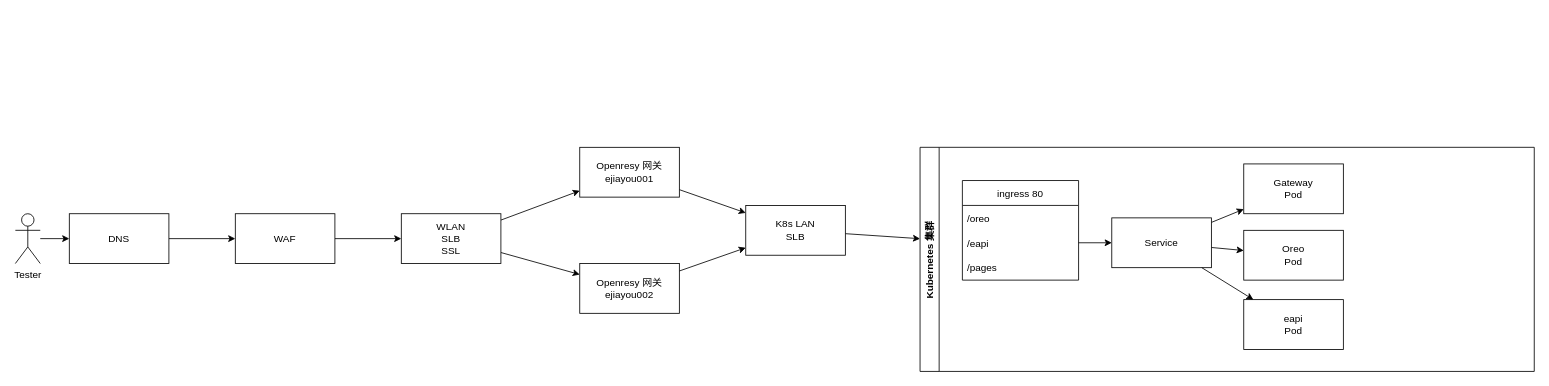
Before: page "第 2 页" (1 of 2) of attachment/test.drawio in freebook/Architect, a draw.io diagram. Source tidied: cells renumbered, new cells numbered last; positions are measured from the earlier drawing's top-left corner, leaving out a move shared by most shapes. Both pictures are drawn from the tidied source at 83%, with x=0, y=0 at pixel (15, 147).
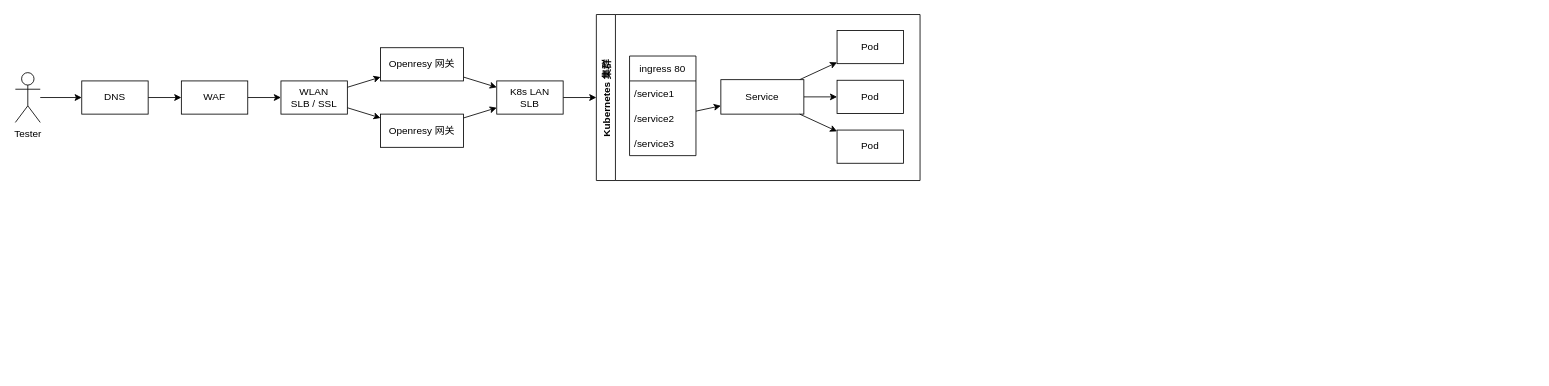
The same page after the edit.

The edit, as a diff of the source:
```diff
@@
     <mxCell id="2" value="Kubernetes 集群" style="swimlane;horizontal=0;" parent="1" vertex="1">
-      <mxGeometry x="1090" width="740" height="270" as="geometry" />
+      <mxGeometry x="700" y="-160" width="390" height="200" as="geometry" />
     </mxCell>
     <mxCell id="3" value="ingress 80" style="swimlane;fontStyle=0;horizontal=1;startSize=30;" parent="2" vertex="1">
-      <mxGeometry x="51" y="40" width="140" height="120" as="geometry" />
+      <mxGeometry x="40" y="50" width="80" height="120" as="geometry" />
     </mxCell>
-    <mxCell id="4" value="/oreo" style="text;strokeColor=none;fillColor=none;align=left;verticalAlign=middle;spacingLeft=4;spacingRight=4;overflow=hidden;" parent="3" vertex="1">
-      <mxGeometry y="30" width="140" height="30" as="geometry" />
+    <mxCell id="4" value="/service1" style="text;strokeColor=none;fillColor=none;align=left;verticalAlign=middle;spacingLeft=4;spacingRight=4;overflow=hidden;" parent="3" vertex="1">
+      <mxGeometry y="30" width="80" height="30" as="geometry" />
     </mxCell>
-    <mxCell id="5" value="/eapi" style="text;strokeColor=none;fillColor=none;align=left;verticalAlign=middle;spacingLeft=4;spacingRight=4;overflow=hidden;points=[[0,0.5],[1,0.5]];portConstraint=eastwest;" parent="3" vertex="1">
-      <mxGeometry y="60" width="140" height="30" as="geometry" />
+    <mxCell id="5" value="/service2" style="text;strokeColor=none;fillColor=none;align=left;verticalAlign=middle;spacingLeft=4;spacingRight=4;overflow=hidden;points=[[0,0.5],[1,0.5]];portConstraint=eastwest;" parent="3" vertex="1">
+      <mxGeometry y="60" width="80" height="30" as="geometry" />
     </mxCell>
-    <mxCell id="6" value="/pages" style="text;strokeColor=none;fillColor=none;align=left;verticalAlign=middle;spacingLeft=4;spacingRight=4;overflow=hidden;" parent="3" vertex="1">
-      <mxGeometry y="90" width="140" height="30" as="geometry" />
+    <mxCell id="6" value="/service3" style="text;strokeColor=none;fillColor=none;align=left;verticalAlign=middle;spacingLeft=4;spacingRight=4;overflow=hidden;" parent="3" vertex="1">
+      <mxGeometry y="90" width="80" height="30" as="geometry" />
     </mxCell>
@@
     <mxCell id="9" value="Service" style="rounded=0;whiteSpace=wrap;html=1;" parent="2" vertex="1">
-      <mxGeometry x="231" y="85" width="120" height="60" as="geometry" />
+      <mxGeometry x="150" y="78.5" width="100" height="41.5" as="geometry" />
     </mxCell>
@@
-    <mxCell id="11" value="Gateway&lt;br&gt;Pod" style="rounded=0;whiteSpace=wrap;html=1;" parent="2" vertex="1">
-      <mxGeometry x="390" y="20" width="120" height="60" as="geometry" />
+    <mxCell id="11" value="Pod" style="rounded=0;whiteSpace=wrap;html=1;" parent="2" vertex="1">
+      <mxGeometry x="290" y="19.2" width="80" height="40" as="geometry" />
     </mxCell>
-    <mxCell id="12" value="Oreo&lt;br&gt;Pod" style="rounded=0;whiteSpace=wrap;html=1;" parent="2" vertex="1">
-      <mxGeometry x="390" y="100" width="120" height="60" as="geometry" />
+    <mxCell id="12" value="Pod" style="rounded=0;whiteSpace=wrap;html=1;" parent="2" vertex="1">
+      <mxGeometry x="290" y="79.2" width="80" height="40" as="geometry" />
     </mxCell>
-    <mxCell id="13" value="eapi&lt;br&gt;Pod" style="rounded=0;whiteSpace=wrap;html=1;" parent="2" vertex="1">
-      <mxGeometry x="390" y="183.5" width="120" height="60" as="geometry" />
+    <mxCell id="13" value="Pod" style="rounded=0;whiteSpace=wrap;html=1;" parent="2" vertex="1">
+      <mxGeometry x="290" y="139.2" width="80" height="40" as="geometry" />
     </mxCell>
@@
     <mxCell id="16" value="Tester" style="shape=umlActor;verticalLabelPosition=bottom;verticalAlign=top;html=1;outlineConnect=0;" parent="1" vertex="1">
-      <mxGeometry y="80" width="30" height="60" as="geometry" />
+      <mxGeometry y="-90" width="30" height="60" as="geometry" />
     </mxCell>
@@
     <mxCell id="18" value="DNS" style="whiteSpace=wrap;html=1;verticalAlign=middle;" parent="1" vertex="1">
-      <mxGeometry x="65" y="80" width="120" height="60" as="geometry" />
+      <mxGeometry x="80" y="-80" width="80" height="40" as="geometry" />
     </mxCell>
@@
     <mxCell id="20" value="WAF" style="whiteSpace=wrap;html=1;verticalAlign=middle;" parent="1" vertex="1">
-      <mxGeometry x="265" y="80" width="120" height="60" as="geometry" />
+      <mxGeometry x="200" y="-80" width="80" height="40" as="geometry" />
     </mxCell>
@@
-    <mxCell id="23" value="WLAN&lt;br&gt;SLB&lt;br&gt;SSL" style="whiteSpace=wrap;html=1;verticalAlign=middle;" parent="1" vertex="1">
-      <mxGeometry x="465" y="80" width="120" height="60" as="geometry" />
+    <mxCell id="23" value="WLAN&lt;br&gt;SLB / SSL" style="whiteSpace=wrap;html=1;verticalAlign=middle;" parent="1" vertex="1">
+      <mxGeometry x="320" y="-80" width="80" height="40" as="geometry" />
     </mxCell>
@@
-    <mxCell id="25" value="Openresy 网关&lt;br&gt;ejiayou001" style="whiteSpace=wrap;html=1;verticalAlign=middle;" parent="1" vertex="1">
-      <mxGeometry x="680" width="120" height="60" as="geometry" />
+    <mxCell id="25" value="Openresy 网关" style="whiteSpace=wrap;html=1;verticalAlign=middle;" parent="1" vertex="1">
+      <mxGeometry x="440" y="-120" width="100" height="40" as="geometry" />
     </mxCell>
@@
-    <mxCell id="27" value="Openresy 网关&lt;br&gt;ejiayou002" style="whiteSpace=wrap;html=1;verticalAlign=middle;" parent="1" vertex="1">
-      <mxGeometry x="680" y="140" width="120" height="60" as="geometry" />
+    <mxCell id="27" value="Openresy 网关" style="whiteSpace=wrap;html=1;verticalAlign=middle;" parent="1" vertex="1">
+      <mxGeometry x="440" y="-40" width="100" height="40" as="geometry" />
     </mxCell>
@@
     <mxCell id="29" value="K8s LAN&lt;br&gt;SLB" style="rounded=0;whiteSpace=wrap;html=1;" parent="1" vertex="1">
-      <mxGeometry x="880" y="70" width="120" height="60" as="geometry" />
+      <mxGeometry x="580" y="-80" width="80" height="40" as="geometry" />
     </mxCell>
```
